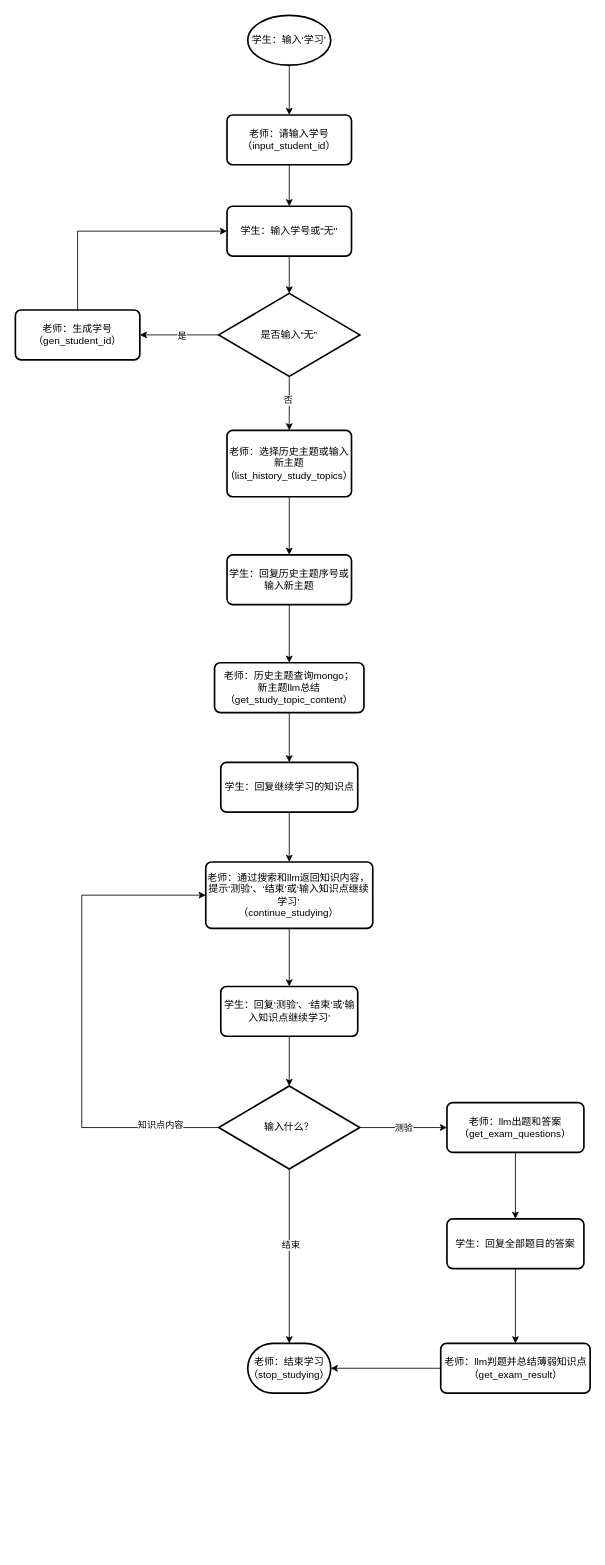
Before: teacher_agent_v2.drawio in deanzz/blog, a draw.io diagram. Source tidied: cells renumbered, new cells numbered last; positions are measured from the earlier drawing's top-left corner, leaving out a move shared by most shapes. Both pictures are drawn from the tidied source at 83%, with x=0, y=0 at pixel (15, 15).
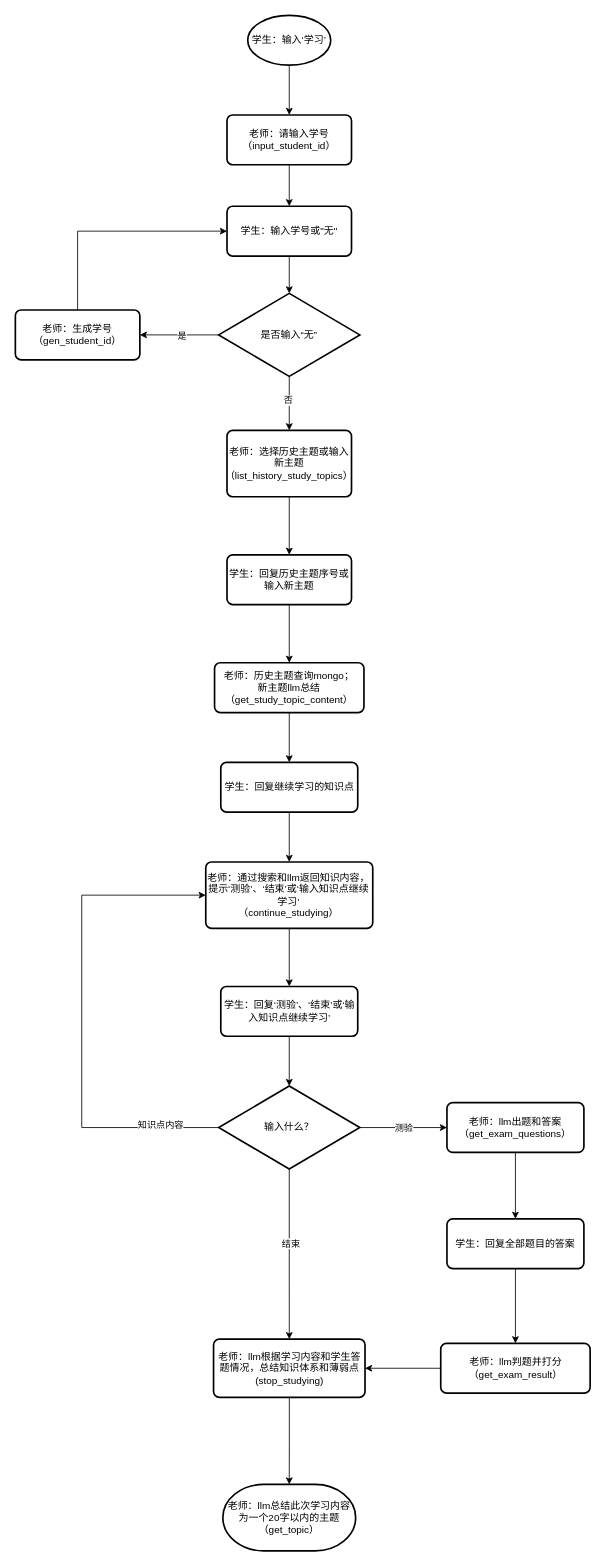
Above is the later version.

The change refers to these unchanged cells:
```xml
<mxCell id="31" value="输入什么？" style="strokeWidth=2;html=1;shape=mxgraph.flowchart.decision;whiteSpace=wrap;" parent="1" vertex="1">
  <mxGeometry x="245" y="1290" width="170" height="100" as="geometry" />
</mxCell>
```

The edit, as a diff of the source:
```diff
@@
-    <mxCell id="25" style="edgeStyle=orthogonalEdgeStyle;rounded=0;jettySize=auto;html=1;entryX=0.5;entryY=0;entryDx=0;entryDy=0;entryPerimeter=0;" parent="1" edge="1" source="31" target="40">
+    <mxCell id="25" style="edgeStyle=orthogonalEdgeStyle;rounded=0;jettySize=auto;html=1;entryX=0.5;entryY=0;entryDx=0;entryDy=0;" parent="1" edge="1" source="31" target="42">
       <mxGeometry relative="1" as="geometry" />
     </mxCell>
@@
-    <mxCell id="38" style="edgeStyle=orthogonalEdgeStyle;rounded=0;jettySize=auto;html=1;entryX=1;entryY=0.5;entryDx=0;entryDy=0;entryPerimeter=0;" parent="1" edge="1" source="39" target="40">
+    <mxCell id="38" style="edgeStyle=orthogonalEdgeStyle;rounded=0;jettySize=auto;html=1;entryX=1;entryY=0.5;entryDx=0;entryDy=0;" parent="1" edge="1" source="39" target="42">
       <mxGeometry relative="1" as="geometry" />
     </mxCell>
-    <mxCell id="39" value="老师：llm判题并总结薄弱知识点&lt;div&gt;（get_exam_result）&lt;/div&gt;" style="rounded=1;whiteSpace=wrap;html=1;absoluteArcSize=1;arcSize=14;strokeWidth=2;" parent="1" vertex="1">
+    <mxCell id="39" value="老师：llm判题并打分&lt;div&gt;（get_exam_result）&lt;/div&gt;" style="rounded=1;whiteSpace=wrap;html=1;absoluteArcSize=1;arcSize=14;strokeWidth=2;" parent="1" vertex="1">
       <mxGeometry x="512.5" y="1600" width="180" height="60" as="geometry" />
     </mxCell>
-    <mxCell id="40" value="老师：结束学习&lt;div&gt;（stop_studying）&lt;/div&gt;" style="strokeWidth=2;html=1;shape=mxgraph.flowchart.terminator;whiteSpace=wrap;" parent="1" vertex="1">
-      <mxGeometry x="280" y="1600" width="100" height="60" as="geometry" />
+    <mxCell id="40" value="老师：llm总结此次学习内容为一个20字以内的主题&lt;div&gt;（get_topic）&lt;/div&gt;" style="strokeWidth=2;html=1;shape=mxgraph.flowchart.terminator;whiteSpace=wrap;" parent="1" vertex="1">
+      <mxGeometry x="250" y="1770" width="160" height="80" as="geometry" />
     </mxCell>
+    <mxCell id="41" style="edgeStyle=orthogonalEdgeStyle;rounded=0;jettySize=auto;html=1;" parent="1" edge="1" source="42" target="40">
+      <mxGeometry relative="1" as="geometry" />
+    </mxCell>
+    <mxCell id="42" value="老师：llm根据学习内容和学生答题情况，总结知识体系和薄弱点&lt;div&gt;(&lt;span style=&quot;background-color: initial;&quot;&gt;stop_studying&lt;/span&gt;&lt;span style=&quot;background-color: initial;&quot;&gt;)&lt;/span&gt;&lt;/div&gt;" style="rounded=1;whiteSpace=wrap;html=1;absoluteArcSize=1;arcSize=14;strokeWidth=2;" parent="1" vertex="1">
+      <mxGeometry x="238.8" y="1595" width="182.5" height="70" as="geometry" />
+    </mxCell>
```
